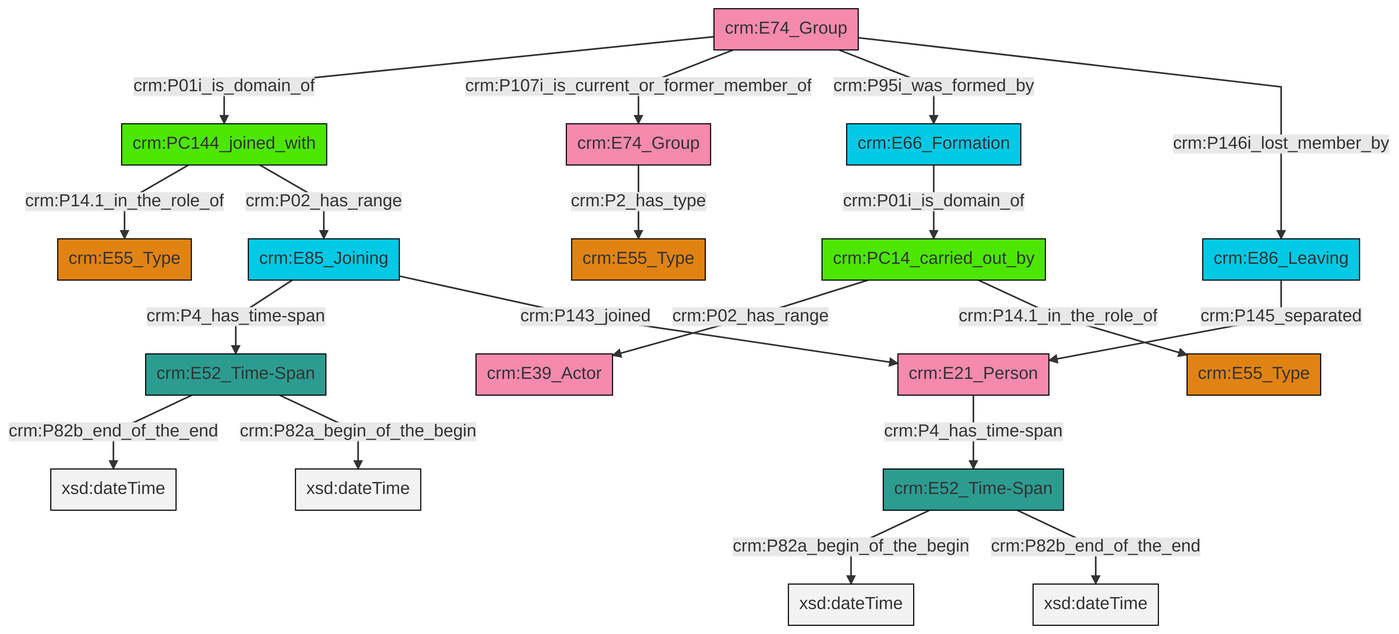
swiss-art-research-net/reference-data-models keeps this Mermaid diagram as et/groupCSV/ttl/mmd/png/group_actor_relations.png. Above is the earlier version. Its source is kept beside it as et/groupCSV/ttl/mmd/group_actor_relations.ttl.mmd.
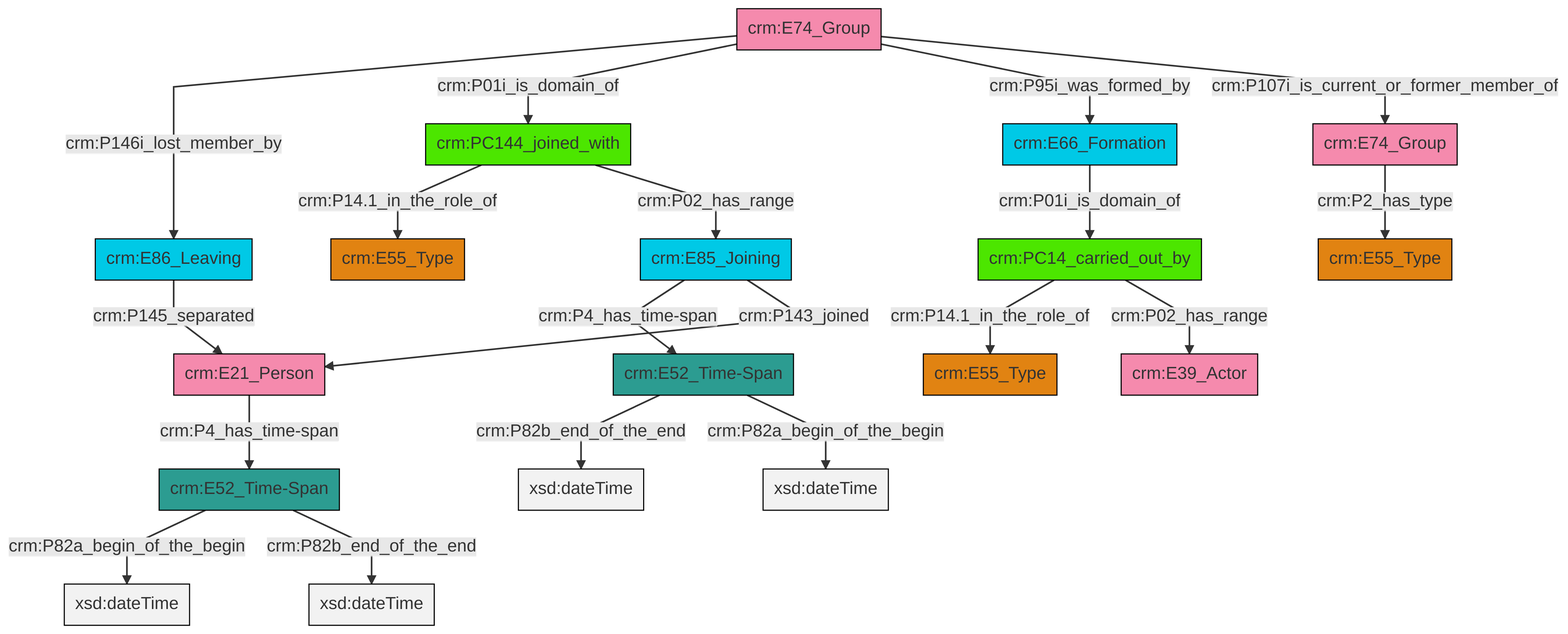
After the change.

Diff of the diagram source:
```diff
@@ -13,21 +13,21 @@
 classDef PC_Classes fill:#4ce600, stroke:#000000;
 classDef Multi fill:#cccccc,stroke:#000000;
 
-0["crm:E52_Time-Span"]:::Time-Span -->|crm:P82b_end_of_the_end| 1[xsd:dateTime]:::Literal
-7["crm:E74_Group"]:::Actor -->|crm:P01i_is_domain_of| 8["crm:PC144_joined_with"]:::PC_Classes
-0["crm:E52_Time-Span"]:::Time-Span -->|crm:P82a_begin_of_the_begin| 9[xsd:dateTime]:::Literal
-10["crm:E52_Time-Span"]:::Time-Span -->|crm:P82a_begin_of_the_begin| 11[xsd:dateTime]:::Literal
-12["crm:E85_Joining"]:::Temporal_Entity -->|crm:P4_has_time-span| 0["crm:E52_Time-Span"]:::Time-Span
-13["crm:E74_Group"]:::Actor -->|crm:P2_has_type| 14["crm:E55_Type"]:::Type
-7["crm:E74_Group"]:::Actor -->|crm:P107i_is_current_or_former_member_of| 13["crm:E74_Group"]:::Actor
-17["crm:E86_Leaving"]:::Temporal_Entity -->|crm:P145_separated| 18["crm:E21_Person"]:::Actor
-8["crm:PC144_joined_with"]:::PC_Classes -->|crm:P14.1_in_the_role_of| 2["crm:E55_Type"]:::Type
-8["crm:PC144_joined_with"]:::PC_Classes -->|crm:P02_has_range| 12["crm:E85_Joining"]:::Temporal_Entity
-7["crm:E74_Group"]:::Actor -->|crm:P95i_was_formed_by| 20["crm:E66_Formation"]:::Temporal_Entity
-18["crm:E21_Person"]:::Actor -->|crm:P4_has_time-span| 10["crm:E52_Time-Span"]:::Time-Span
-15["crm:PC14_carried_out_by"]:::PC_Classes -->|crm:P02_has_range| 25["crm:E39_Actor"]:::Actor
-20["crm:E66_Formation"]:::Temporal_Entity -->|crm:P01i_is_domain_of| 15["crm:PC14_carried_out_by"]:::PC_Classes
-15["crm:PC14_carried_out_by"]:::PC_Classes -->|crm:P14.1_in_the_role_of| 4["crm:E55_Type"]:::Type
-7["crm:E74_Group"]:::Actor -->|crm:P146i_lost_member_by| 17["crm:E86_Leaving"]:::Temporal_Entity
-12["crm:E85_Joining"]:::Temporal_Entity -->|crm:P143_joined| 18["crm:E21_Person"]:::Actor
-10["crm:E52_Time-Span"]:::Time-Span -->|crm:P82b_end_of_the_end| 32[xsd:dateTime]:::Literal
+2["crm:E21_Person"]:::Actor -->|crm:P4_has_time-span| 3["crm:E52_Time-Span"]:::Time-Span
+10["crm:PC14_carried_out_by"]:::PC_Classes -->|crm:P14.1_in_the_role_of| 4["crm:E55_Type"]:::Type
+13["crm:E85_Joining"]:::Temporal_Entity -->|crm:P4_has_time-span| 14["crm:E52_Time-Span"]:::Time-Span
+15["crm:E86_Leaving"]:::Temporal_Entity -->|crm:P145_separated| 2["crm:E21_Person"]:::Actor
+13["crm:E85_Joining"]:::Temporal_Entity -->|crm:P143_joined| 2["crm:E21_Person"]:::Actor
+17["crm:PC144_joined_with"]:::PC_Classes -->|crm:P14.1_in_the_role_of| 6["crm:E55_Type"]:::Type
+20["crm:E74_Group"]:::Actor -->|crm:P146i_lost_member_by| 15["crm:E86_Leaving"]:::Temporal_Entity
+20["crm:E74_Group"]:::Actor -->|crm:P01i_is_domain_of| 17["crm:PC144_joined_with"]:::PC_Classes
+20["crm:E74_Group"]:::Actor -->|crm:P95i_was_formed_by| 11["crm:E66_Formation"]:::Temporal_Entity
+11["crm:E66_Formation"]:::Temporal_Entity -->|crm:P01i_is_domain_of| 10["crm:PC14_carried_out_by"]:::PC_Classes
+3["crm:E52_Time-Span"]:::Time-Span -->|crm:P82a_begin_of_the_begin| 25[xsd:dateTime]:::Literal
+14["crm:E52_Time-Span"]:::Time-Span -->|crm:P82b_end_of_the_end| 30[xsd:dateTime]:::Literal
+20["crm:E74_Group"]:::Actor -->|crm:P107i_is_current_or_former_member_of| 0["crm:E74_Group"]:::Actor
+17["crm:PC144_joined_with"]:::PC_Classes -->|crm:P02_has_range| 13["crm:E85_Joining"]:::Temporal_Entity
+14["crm:E52_Time-Span"]:::Time-Span -->|crm:P82a_begin_of_the_begin| 33[xsd:dateTime]:::Literal
+3["crm:E52_Time-Span"]:::Time-Span -->|crm:P82b_end_of_the_end| 34[xsd:dateTime]:::Literal
+10["crm:PC14_carried_out_by"]:::PC_Classes -->|crm:P02_has_range| 28["crm:E39_Actor"]:::Actor
+0["crm:E74_Group"]:::Actor -->|crm:P2_has_type| 8["crm:E55_Type"]:::Type
```
